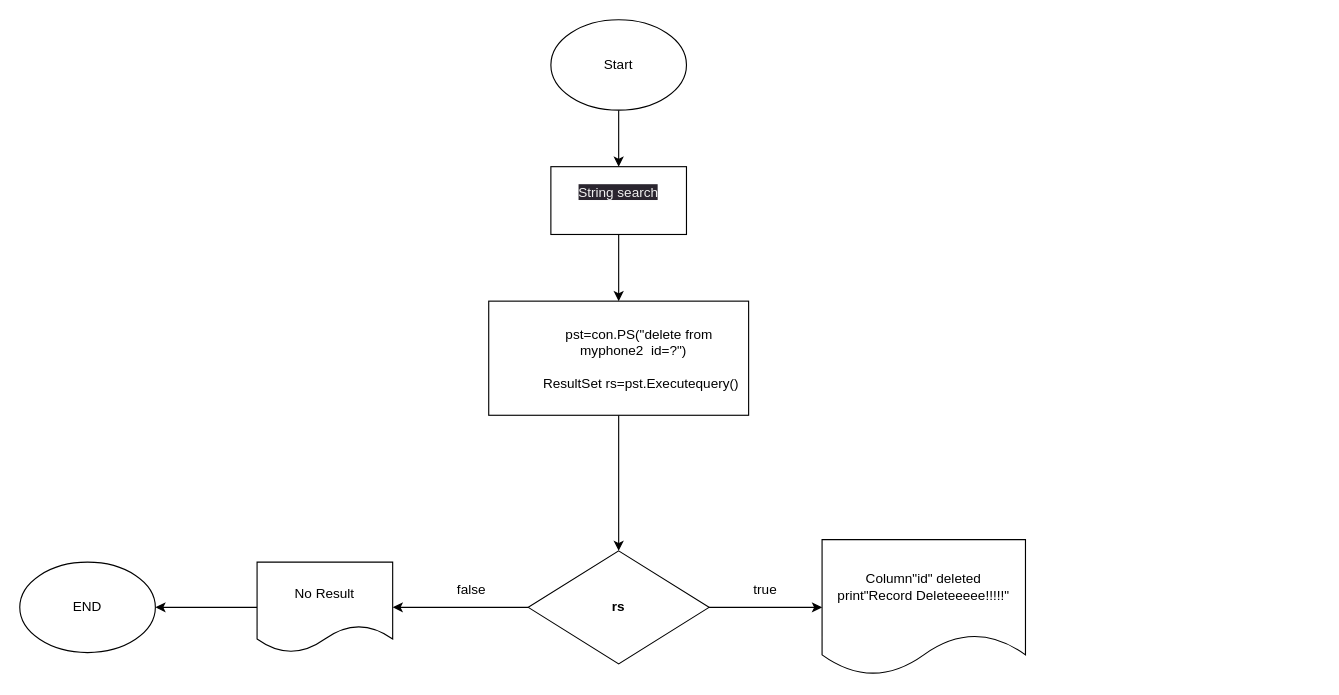
Before: delete.drawio in khanh8603/khanh8603, a draw.io diagram. Source tidied: cells renumbered, new cells numbered last; positions are measured from the earlier drawing's top-left corner, leaving out a move shared by most shapes. Both pictures are drawn from the tidied source at 113%, with x=0, y=0 at pixel (19, 19).
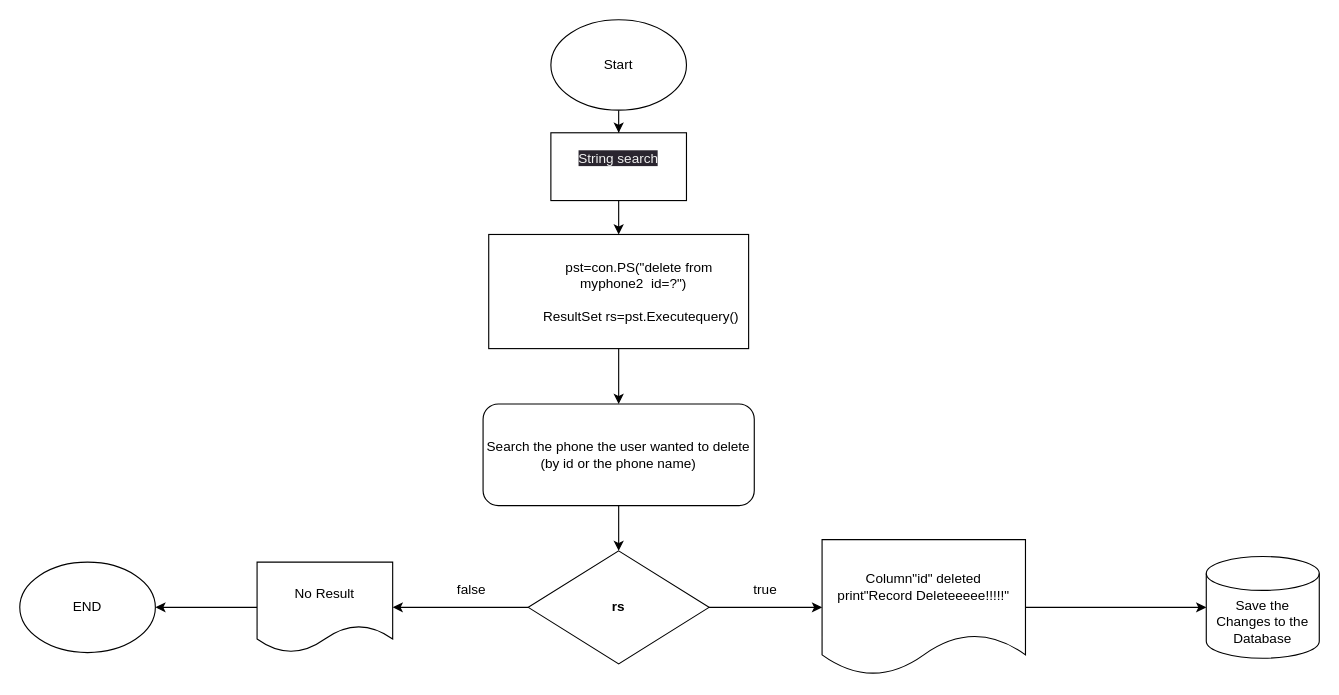
After the change.

Commit message:
Cập nhật delete.drawio

Unchanged cells that the change refers to:
```xml
<mxCell id="9" value="&lt;b&gt;rs&lt;/b&gt;" style="rhombus;whiteSpace=wrap;html=1;" parent="1" vertex="1">
  <mxGeometry x="450" y="470" width="160" height="100" as="geometry" />
</mxCell>
<mxCell id="10" value="Column&quot;id&quot; deleted&lt;br&gt;print&quot;Record Deleteeeee!!!!!&quot;" style="shape=document;whiteSpace=wrap;html=1;boundedLbl=1;" parent="1" vertex="1">
  <mxGeometry x="710" y="460" width="180" height="120" as="geometry" />
</mxCell>
```

What changed in the source:
```diff
@@
-    <mxCell id="5" style="edgeStyle=orthogonalEdgeStyle;rounded=0;jettySize=auto;html=1;" parent="1" edge="1" source="6" target="9">
+    <mxCell id="5" style="edgeStyle=orthogonalEdgeStyle;rounded=0;jettySize=auto;html=1;" parent="1" edge="1" source="19" target="9">
       <mxGeometry relative="1" as="geometry" />
     </mxCell>
     <mxCell id="6" value="&lt;span style=&quot;text-align: left;&quot;&gt;&amp;nbsp; &amp;nbsp; &amp;nbsp; &amp;nbsp; &amp;nbsp; &amp;nbsp;pst=con.PS(&quot;delete from&lt;/span&gt;&lt;br style=&quot;text-align: left;&quot;&gt;&lt;span style=&quot;text-align: left;&quot;&gt;&amp;nbsp; &amp;nbsp; &amp;nbsp; &amp;nbsp; myphone2&amp;nbsp; id=?&quot;)&lt;/span&gt;&lt;br style=&quot;text-align: left;&quot;&gt;&lt;span style=&quot;text-align: left;&quot;&gt;&amp;nbsp; &amp;nbsp; &amp;nbsp; &amp;nbsp; &amp;nbsp;&amp;nbsp;&lt;/span&gt;&lt;br style=&quot;text-align: left;&quot;&gt;&lt;span style=&quot;text-align: left;&quot;&gt;&amp;nbsp; &amp;nbsp; &amp;nbsp; &amp;nbsp; &amp;nbsp; &amp;nbsp; ResultSet rs=pst.Executequery()&lt;/span&gt;" style="rounded=0;whiteSpace=wrap;html=1;" parent="1" vertex="1">
-      <mxGeometry x="415" y="249" width="230" height="101" as="geometry" />
+      <mxGeometry x="415" y="190" width="230" height="101" as="geometry" />
     </mxCell>
@@
+    <mxCell id="17" style="edgeStyle=orthogonalEdgeStyle;rounded=0;jettySize=auto;html=1;exitX=1;exitY=0.5;exitDx=0;exitDy=0;entryX=0;entryY=0.5;entryDx=0;entryDy=0;entryPerimeter=0;" parent="1" edge="1" source="10" target="20">
+      <mxGeometry relative="1" as="geometry" />
+    </mxCell>
@@
     <mxCell id="15" value="&#10;&lt;span style=&quot;color: rgb(240, 240, 240); font-family: Helvetica; font-size: 12px; font-style: normal; font-variant-ligatures: normal; font-variant-caps: normal; font-weight: 400; letter-spacing: normal; orphans: 2; text-align: center; text-indent: 0px; text-transform: none; widows: 2; word-spacing: 0px; -webkit-text-stroke-width: 0px; background-color: rgb(42, 37, 47); text-decoration-thickness: initial; text-decoration-style: initial; text-decoration-color: initial; float: none; display: inline !important;&quot;&gt;String search&lt;/span&gt;&#10;&#10;" style="rounded=0;whiteSpace=wrap;html=1;" parent="1" vertex="1">
-      <mxGeometry x="470" y="130" width="120" height="60" as="geometry" />
+      <mxGeometry x="470" y="100" width="120" height="60" as="geometry" />
     </mxCell>
@@
+    <mxCell id="18" style="edgeStyle=orthogonalEdgeStyle;rounded=0;jettySize=auto;html=1;" parent="1" edge="1" source="6" target="19">
+      <mxGeometry relative="1" as="geometry" />
+    </mxCell>
+    <mxCell id="19" value="Search the phone the user wanted to delete&lt;br&gt;(by id or the phone name)" style="rounded=1;whiteSpace=wrap;html=1;" parent="1" vertex="1">
+      <mxGeometry x="410" y="340" width="240" height="90" as="geometry" />
+    </mxCell>
+    <mxCell id="20" value="Save the Changes to the Database" style="shape=cylinder3;whiteSpace=wrap;html=1;boundedLbl=1;backgroundOutline=1;size=15;" parent="1" vertex="1">
+      <mxGeometry x="1050" y="475" width="100" height="90" as="geometry" />
+    </mxCell>
```
